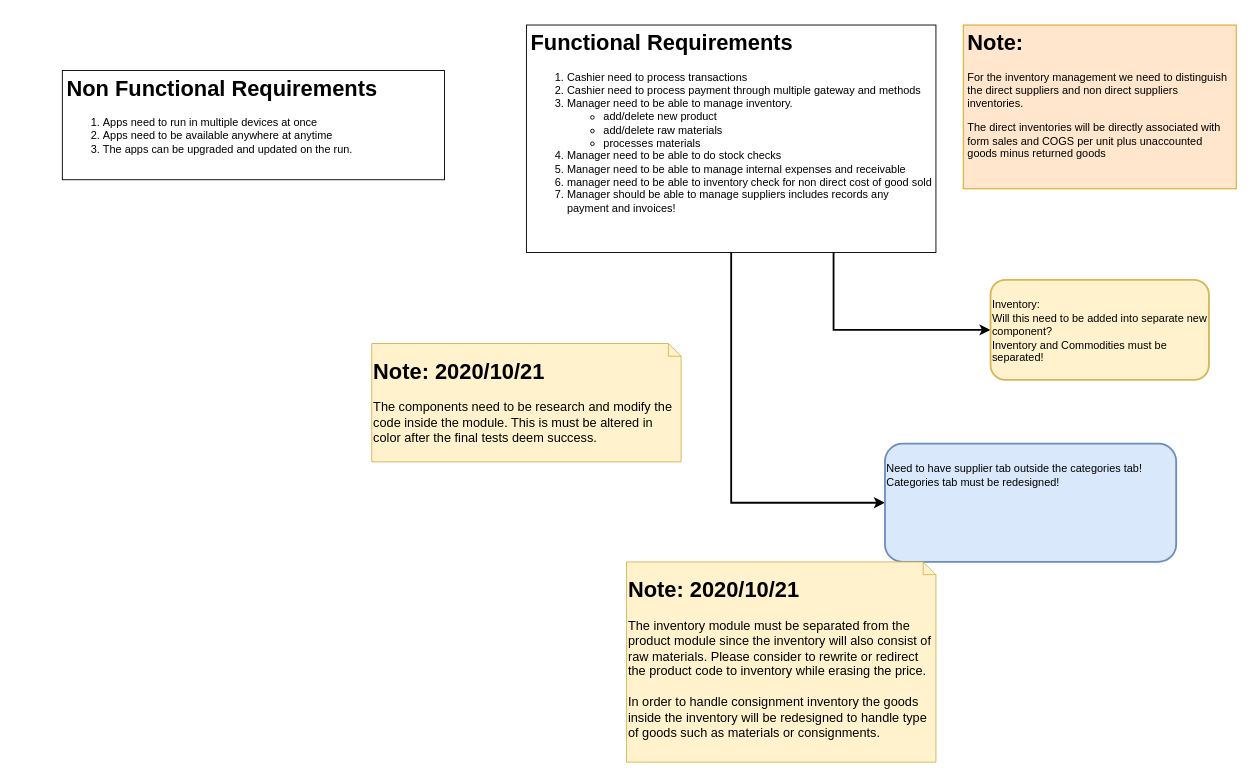
m00racle/trialpos keeps this draw.io diagram as page "1.Read First" (1 of 7) of docs/2020-06-21_UML.drawio. Above is the earlier version. Source tidied: cells renumbered, new cells numbered last; positions are measured from the earlier drawing's top-left corner, leaving out a move shared by most shapes. Both pictures are drawn from the tidied source at 91%, with x=0, y=0 at pixel (62, 25).
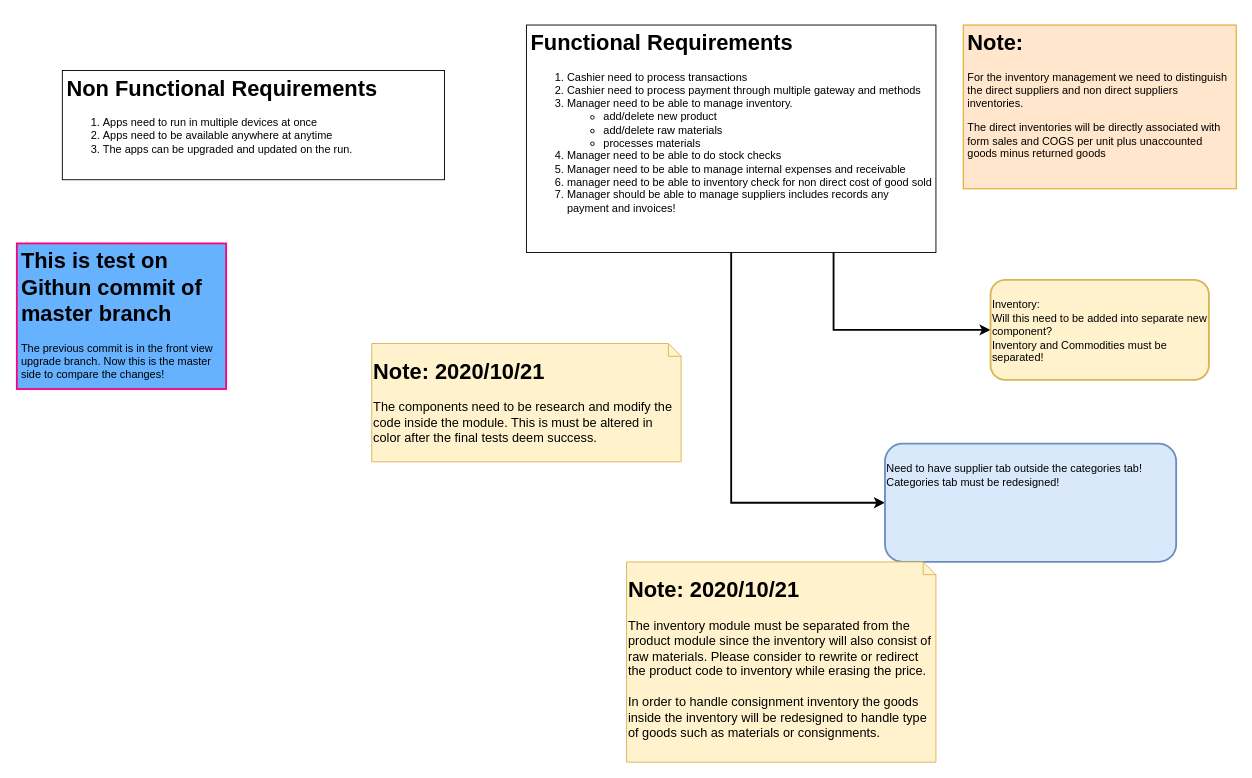
The same page after the edit.

The edit, as a diff of the source:
```diff
@@
 <mxGraphModel>
   <root>
     <mxCell id="0" />
     <mxCell id="1" parent="0" />
     <mxCell id="2" style="edgeStyle=orthogonalEdgeStyle;rounded=0;jettySize=auto;html=1;exitX=0.75;exitY=1;exitDx=0;exitDy=0;entryX=0;entryY=0.5;entryDx=0;entryDy=0;strokeWidth=2;" parent="1" edge="1" source="4" target="7">
       <mxGeometry relative="1" as="geometry" />
     </mxCell>
     <mxCell id="3" style="edgeStyle=orthogonalEdgeStyle;rounded=0;jettySize=auto;html=1;exitX=0.5;exitY=1;exitDx=0;exitDy=0;entryX=0;entryY=0.5;entryDx=0;entryDy=0;strokeWidth=2;" parent="1" edge="1" source="4" target="8">
       <mxGeometry relative="1" as="geometry" />
     </mxCell>
     <mxCell id="4" value="&lt;h1&gt;Functional Requirements&lt;/h1&gt;&lt;p&gt;&lt;/p&gt;&lt;ol&gt;&lt;li&gt;Cashier need to process transactions&lt;/li&gt;&lt;li&gt;Cashier need to process payment through multiple gateway and methods&lt;/li&gt;&lt;li&gt;Manager need to be able to manage inventory.&lt;/li&gt;&lt;ul&gt;&lt;li&gt;add/delete new product&lt;/li&gt;&lt;li&gt;add/delete raw materials&amp;nbsp;&lt;/li&gt;&lt;li&gt;processes materials&lt;/li&gt;&lt;/ul&gt;&lt;li&gt;Manager need to be able to do stock checks&lt;/li&gt;&lt;li&gt;Manager need to be able to manage internal expenses and receivable&lt;/li&gt;&lt;li&gt;manager need to be able to inventory check for non direct cost of good sold&lt;/li&gt;&lt;li&gt;Manager should be able to manage suppliers includes records any payment and invoices!&lt;/li&gt;&lt;/ol&gt;&lt;p&gt;&lt;/p&gt;" style="text;html=1;fillColor=none;spacing=5;spacingTop=-20;whiteSpace=wrap;overflow=hidden;rounded=0;strokeColor=#000000;" parent="1" vertex="1">
       <mxGeometry x="510" width="450" height="250" as="geometry" />
     </mxCell>
     <mxCell id="5" value="&lt;h1&gt;Non Functional Requirements&lt;/h1&gt;&lt;p&gt;&lt;/p&gt;&lt;ol&gt;&lt;li&gt;Apps need to run in multiple devices at once&lt;/li&gt;&lt;li&gt;Apps need to be available anywhere at anytime&lt;/li&gt;&lt;li&gt;The apps can be upgraded and updated on the run.&lt;/li&gt;&lt;/ol&gt;&lt;p&gt;&lt;/p&gt;" style="text;html=1;fillColor=none;spacing=5;spacingTop=-20;whiteSpace=wrap;overflow=hidden;rounded=0;strokeColor=#000000;" parent="1" vertex="1">
       <mxGeometry y="50" width="420" height="120" as="geometry" />
     </mxCell>
     <mxCell id="6" value="&lt;h1&gt;Note:&lt;/h1&gt;&lt;p&gt;For the inventory management we need to distinguish the direct suppliers and non direct suppliers inventories.&amp;nbsp;&lt;/p&gt;&lt;p&gt;The direct inventories will be directly associated with form sales and COGS per unit plus unaccounted goods minus returned goods&lt;/p&gt;" style="text;html=1;strokeColor=#d79b00;fillColor=#ffe6cc;spacing=5;spacingTop=-20;whiteSpace=wrap;overflow=hidden;rounded=0;" parent="1" vertex="1">
       <mxGeometry x="990" width="300" height="180" as="geometry" />
     </mxCell>
     <mxCell id="7" value="&lt;br&gt;Inventory:&lt;br&gt;Will this need to be added into separate new component?&lt;br&gt;Inventory and Commodities must be separated!" style="rounded=1;whiteSpace=wrap;html=1;strokeColor=#d6b656;verticalAlign=top;align=left;strokeWidth=2;fillColor=#fff2cc;" parent="1" vertex="1">
       <mxGeometry x="1020" y="280" width="240" height="110" as="geometry" />
     </mxCell>
     <mxCell id="8" value="&lt;br&gt;Need to have supplier tab outside the categories tab!&amp;nbsp;&lt;br&gt;Categories tab must be redesigned!" style="rounded=1;whiteSpace=wrap;html=1;strokeWidth=2;verticalAlign=top;align=left;fillColor=#dae8fc;strokeColor=#6c8ebf;" parent="1" vertex="1">
       <mxGeometry x="904" y="460" width="320" height="130" as="geometry" />
     </mxCell>
     <mxCell id="9" value="&lt;h1&gt;Note: 2020/10/21&lt;/h1&gt;&lt;div&gt;&lt;font style=&quot;font-size: 14px&quot;&gt;The components need to be research and modify the code inside the module. This is must be altered in color after the final tests deem success.&lt;/font&gt;&lt;/div&gt;" style="shape=note;whiteSpace=wrap;html=1;size=14;verticalAlign=top;align=left;spacingTop=-6;strokeWidth=1;fillColor=#fff2cc;strokeColor=#d6b656;" parent="1" vertex="1">
       <mxGeometry x="340" y="350" width="340" height="130" as="geometry" />
     </mxCell>
     <mxCell id="10" value="&lt;h1&gt;Note: 2020/10/21&lt;/h1&gt;&lt;div&gt;&lt;font style=&quot;font-size: 14px&quot;&gt;The inventory module must be separated from the product module since the inventory will also consist of raw materials. Please consider to rewrite or redirect the product code to inventory while erasing the price.&lt;/font&gt;&lt;/div&gt;&lt;div&gt;&lt;font style=&quot;font-size: 14px&quot;&gt;&lt;br&gt;&lt;/font&gt;&lt;/div&gt;&lt;div&gt;&lt;font style=&quot;font-size: 14px&quot;&gt;In order to handle consignment inventory the goods inside the inventory will be redesigned to handle type of goods such as materials or consignments.&lt;/font&gt;&lt;/div&gt;" style="shape=note;whiteSpace=wrap;html=1;size=14;verticalAlign=top;align=left;spacingTop=-6;strokeWidth=1;fillColor=#fff2cc;strokeColor=#d6b656;" parent="1" vertex="1">
       <mxGeometry x="620" y="590" width="340" height="220" as="geometry" />
     </mxCell>
+    <mxCell id="11" value="&lt;h1&gt;This is test on Githun commit of master branch&lt;/h1&gt;&lt;div&gt;The previous commit is in the front view upgrade branch. Now this is the master side to compare the changes!&lt;/div&gt;" style="text;html=1;spacing=5;spacingTop=-20;whiteSpace=wrap;overflow=hidden;rounded=0;strokeColor=#FF0080;strokeWidth=2;fillColor=#66B2FF;" parent="1" vertex="1">
+      <mxGeometry x="-50" y="240" width="230" height="160" as="geometry" />
+    </mxCell>
   </root>
 </mxGraphModel>
```
